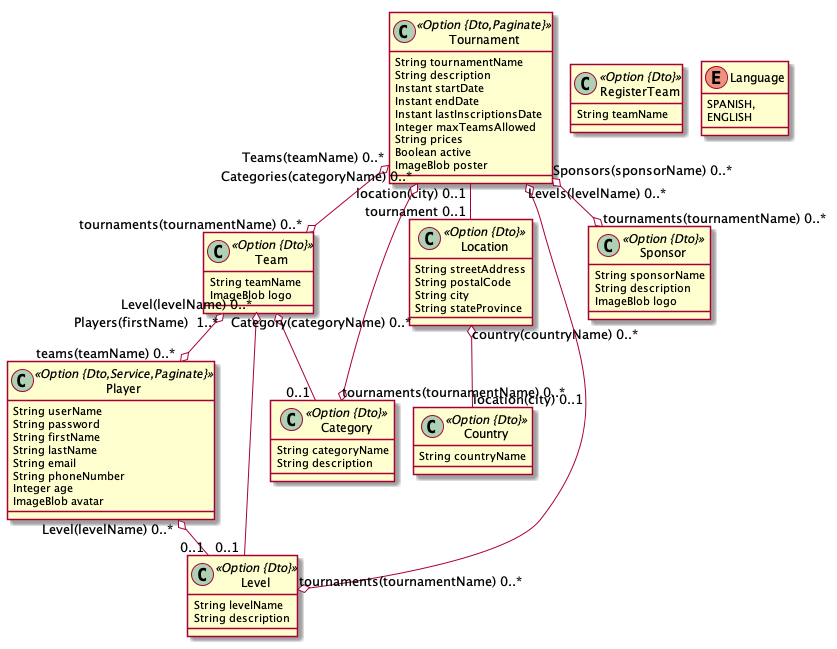
Before: padel-tm-app-gpt.png, a diagram exported from PlantUML (jjsanbra/padelTMApp).
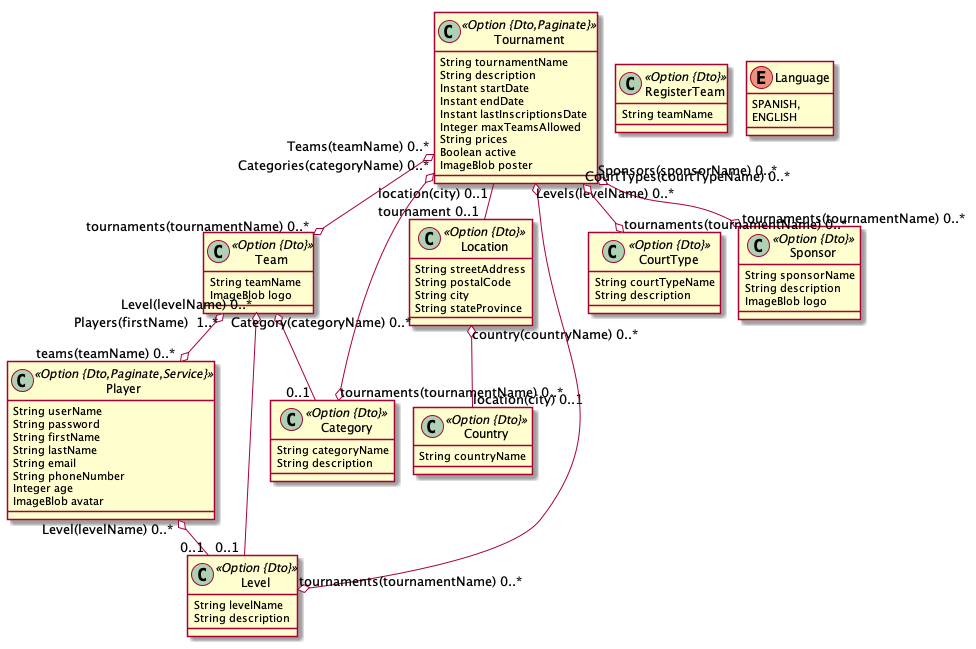
After the change.

Diff of the diagram source:
```diff
@@ -12,7 +12,7 @@
 		Boolean active
 		ImageBlob poster
 	}
-	class Player <<Option {Dto,Service,Paginate}>> {
+	class Player <<Option {Dto,Paginate,Service}>> {
 		String userName
 		String password
 		String firstName
@@ -46,6 +46,10 @@
 		String levelName
 		String description
 	}
+	class CourtType <<Option {Dto}>> {
+		String courtTypeName
+		String description
+	}
 	class Sponsor <<Option {Dto}>> {
 		String sponsorName
 		String description
@@ -64,5 +68,6 @@
 	Tournament  "Teams(teamName) 0..* " o--o "tournaments(tournamentName) 0..* "  Team
 	Tournament  "Categories(categoryName) 0..* " o--o "tournaments(tournamentName) 0..* "  Category
 	Tournament  "Levels(levelName) 0..* " o--o "tournaments(tournamentName) 0..* "  Level
+	Tournament  "CourtTypes(courtTypeName) 0..* " o--o "tournaments(tournamentName) 0..* "  CourtType
 	Team  "Players(firstName)  1..* " o--o "teams(teamName) 0..* "  Player
 @enduml
```
